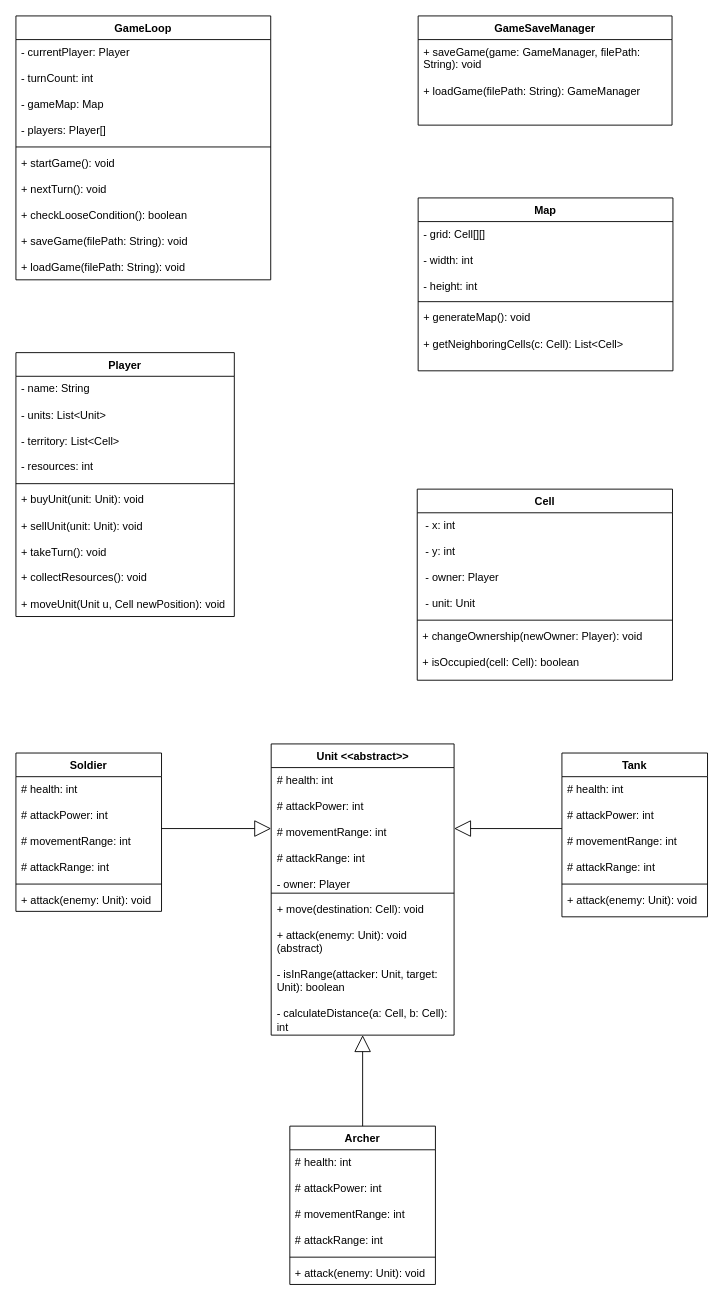
This is Strategy Game.drawio from Tigran69/Project, a draw.io file, before an edit. Source tidied: cells renumbered, new cells numbered last; positions are measured from the earlier drawing's top-left corner, leaving out a move shared by most shapes. Both pictures are drawn from the tidied source at 91%, with x=0, y=0 at pixel (15, 15).
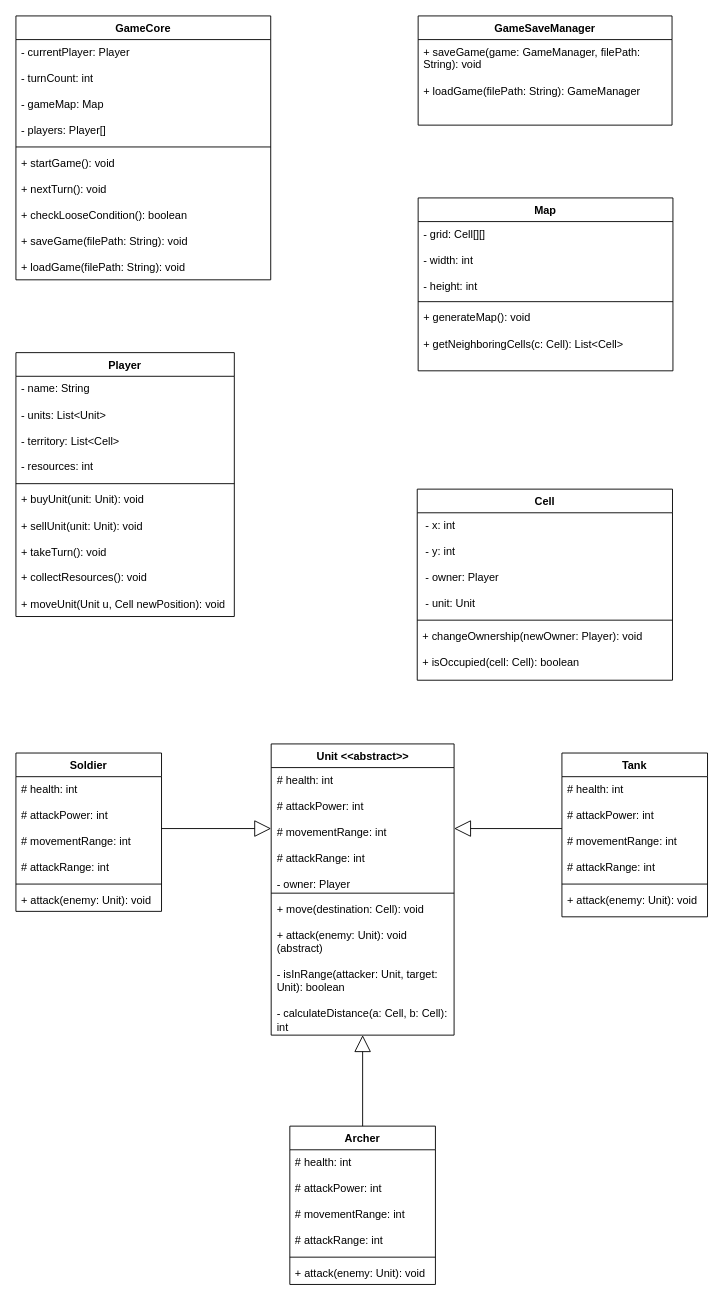
After the change.

Diff of the diagram source:
```diff
@@
-    <mxCell id="35" value="GameLoop" style="swimlane;fontStyle=1;align=center;verticalAlign=top;horizontal=1;startSize=26;whiteSpace=wrap;html=1;" parent="1" vertex="1">
+    <mxCell id="35" value="&lt;div&gt;GameCore&lt;/div&gt;&lt;div&gt;&lt;br&gt;&lt;/div&gt;" style="swimlane;fontStyle=1;align=center;verticalAlign=top;horizontal=1;startSize=26;whiteSpace=wrap;html=1;" parent="1" vertex="1">
       <mxGeometry width="280" height="290" as="geometry" />
     </mxCell>
```
